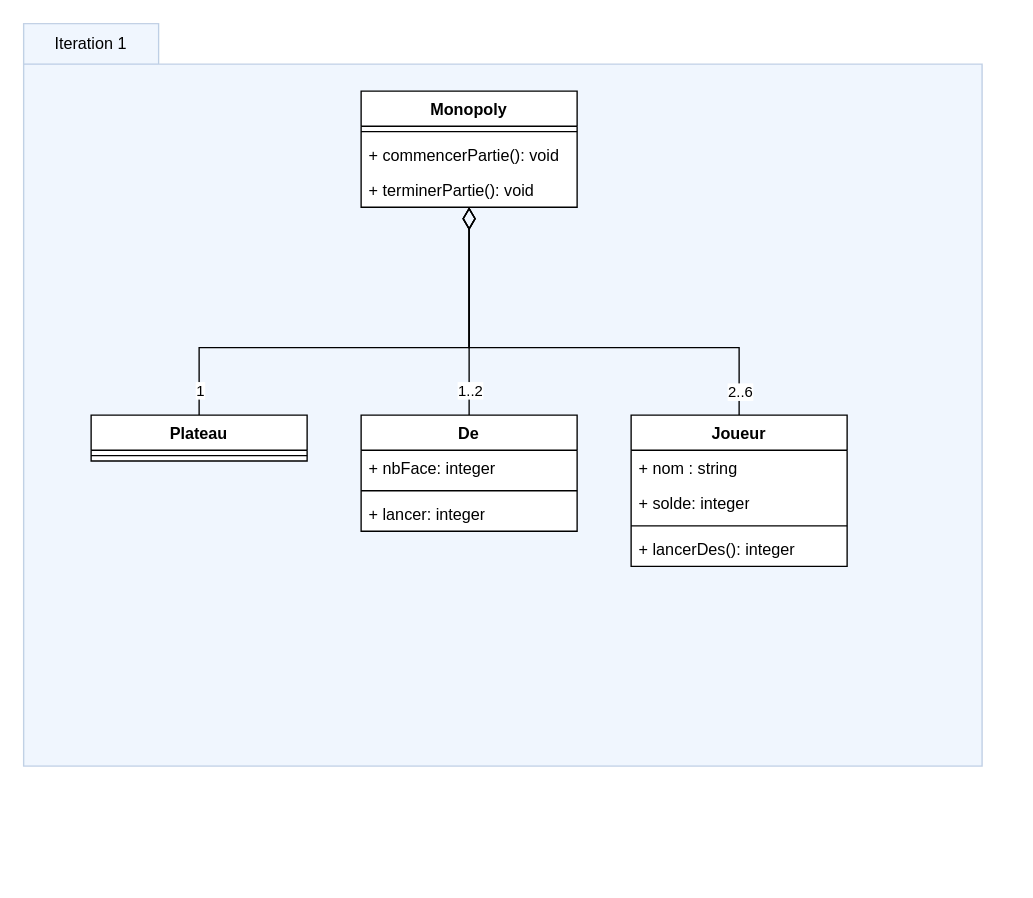
Above: assets/brainstorm-monopoly.drawio in gmed2b/L3SINF-java-monopoly (draw.io), before the change. Source tidied: cells renumbered, new cells numbered last; positions are measured from the earlier drawing's top-left corner, leaving out a move shared by most shapes. Both pictures are drawn from the tidied source at 135%, with x=0, y=0 at pixel (23, 23).
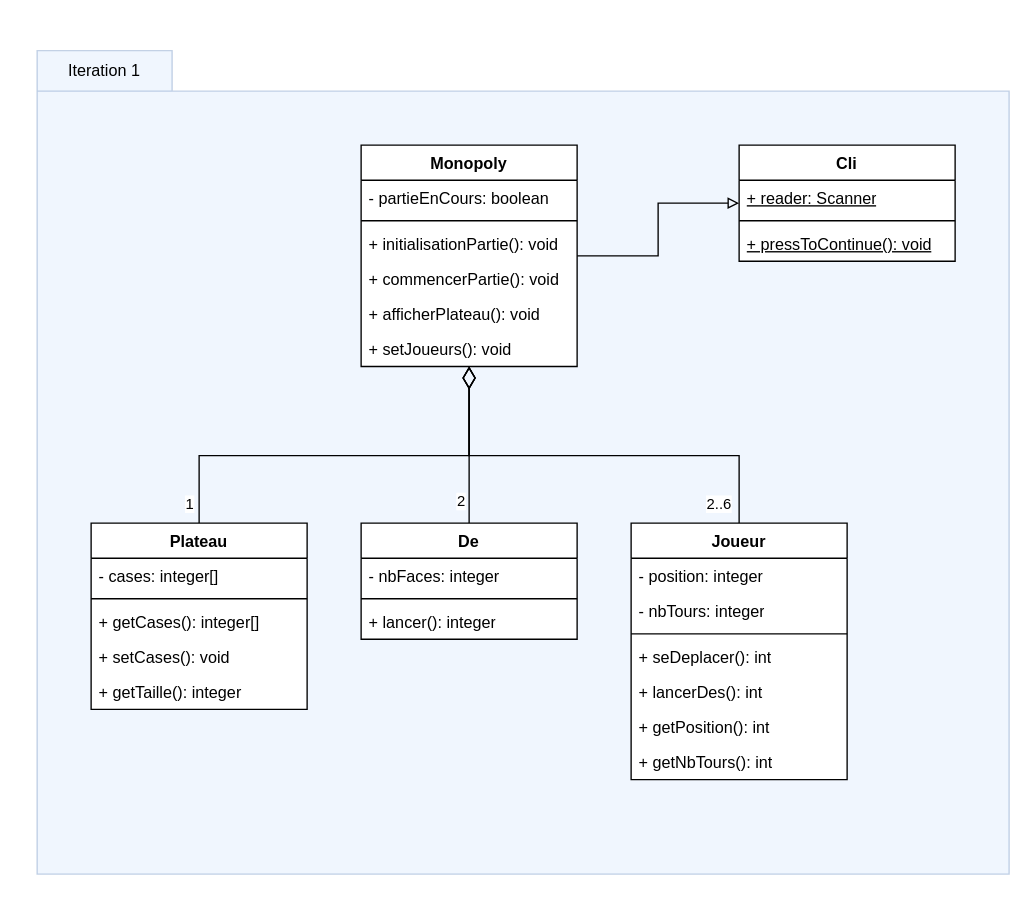
After the change.

Commit message (it also covers changes not shown here):
diagramme de classe

The change refers to these unchanged cells:
```xml
<mxCell id="7" style="edgeStyle=orthogonalEdgeStyle;rounded=0;jettySize=auto;html=1;endArrow=diamondThin;endFill=0;endSize=14;" parent="1" edge="1" source="9" target="3">
  <mxGeometry relative="1" as="geometry" />
</mxCell>
```

Change to the diagram source:
```diff
@@
     <mxCell id="2" style="shape=folder;fontStyle=1;spacingTop=10;tabWidth=100;tabHeight=30;tabPosition=left;html=1;whiteSpace=wrap;fillColor=#dae8fc;strokeColor=#6c8ebf;opacity=40;" parent="1" vertex="1">
-      <mxGeometry width="710" height="550" as="geometry" />
+      <mxGeometry x="10" y="20" width="720" height="610" as="geometry" />
     </mxCell>
+    <mxCell id="25" style="edgeStyle=orthogonalEdgeStyle;rounded=0;jettySize=auto;html=1;endArrow=block;endFill=0;" parent="1" edge="1" source="3" target="36">
+      <mxGeometry relative="1" as="geometry" />
+    </mxCell>
     <mxCell id="3" value="Monopoly" style="swimlane;fontStyle=1;align=center;verticalAlign=top;horizontal=1;startSize=26;whiteSpace=wrap;html=1;swimlaneFillColor=default;" parent="1" vertex="1">
-      <mxGeometry x="250" y="50" width="160" height="86" as="geometry" />
+      <mxGeometry x="250" y="90" width="160" height="164" as="geometry" />
     </mxCell>
+    <mxCell id="26" value="- partieEnCours: boolean" style="text;strokeColor=none;fillColor=none;align=left;verticalAlign=top;spacingLeft=4;spacingRight=4;overflow=hidden;whiteSpace=wrap;html=1;" parent="3" vertex="1">
+      <mxGeometry y="26" width="160" height="26" as="geometry" />
+    </mxCell>
     <mxCell id="4" style="line;strokeWidth=1;fillColor=none;align=left;verticalAlign=middle;spacingTop=-1;spacingLeft=3;spacingRight=3;labelPosition=right;strokeColor=inherit;" parent="3" vertex="1">
-      <mxGeometry y="26" width="160" height="8" as="geometry" />
+      <mxGeometry y="52" width="160" height="8" as="geometry" />
     </mxCell>
-    <mxCell id="5" value="+ commencerPartie(): void" style="text;strokeColor=none;fillColor=none;align=left;verticalAlign=top;spacingLeft=4;spacingRight=4;overflow=hidden;whiteSpace=wrap;html=1;" parent="3" vertex="1">
-      <mxGeometry y="34" width="160" height="26" as="geometry" />
+    <mxCell id="5" value="+ initialisationPartie(): void" style="text;strokeColor=none;fillColor=none;align=left;verticalAlign=top;spacingLeft=4;spacingRight=4;overflow=hidden;whiteSpace=wrap;html=1;" parent="3" vertex="1">
+      <mxGeometry y="60" width="160" height="26" as="geometry" />
     </mxCell>
+    <mxCell id="27" value="+ commencerPartie(): void" style="text;strokeColor=none;fillColor=none;align=left;verticalAlign=top;spacingLeft=4;spacingRight=4;overflow=hidden;whiteSpace=wrap;html=1;" parent="3" vertex="1">
+      <mxGeometry y="86" width="160" height="26" as="geometry" />
+    </mxCell>
+    <mxCell id="28" value="+ afficherPlateau(): void" style="text;strokeColor=none;fillColor=none;align=left;verticalAlign=top;spacingLeft=4;spacingRight=4;overflow=hidden;whiteSpace=wrap;html=1;" parent="3" vertex="1">
+      <mxGeometry y="112" width="160" height="26" as="geometry" />
+    </mxCell>
-    <mxCell id="6" value="+ terminerPartie(): void" style="text;strokeColor=none;fillColor=none;align=left;verticalAlign=top;spacingLeft=4;spacingRight=4;overflow=hidden;whiteSpace=wrap;html=1;" parent="3" vertex="1">
-      <mxGeometry y="60" width="160" height="26" as="geometry" />
+    <mxCell id="6" value="+ setJoueurs(): void" style="text;strokeColor=none;fillColor=none;align=left;verticalAlign=top;spacingLeft=4;spacingRight=4;overflow=hidden;whiteSpace=wrap;html=1;" parent="3" vertex="1">
+      <mxGeometry y="138" width="160" height="26" as="geometry" />
     </mxCell>
@@
-    <mxCell id="8" value="1..2" style="edgeLabel;html=1;align=center;verticalAlign=middle;" parent="7" vertex="1">
-      <mxGeometry x="-0.75" relative="1" as="geometry" />
+    <mxCell id="8" value="2" style="edgeLabel;html=1;align=center;verticalAlign=middle;" parent="7" vertex="1">
+      <mxGeometry x="-0.75" relative="1" as="geometry">
+        <mxPoint x="-7" y="-2" as="offset" />
+      </mxGeometry>
     </mxCell>
     <mxCell id="9" value="De" style="swimlane;fontStyle=1;align=center;verticalAlign=top;horizontal=1;startSize=26;whiteSpace=wrap;html=1;fillColor=default;rounded=0;shadow=0;glass=0;swimlaneLine=1;gradientColor=none;swimlaneFillColor=default;" parent="1" vertex="1">
-      <mxGeometry x="250" y="290" width="160" height="86" as="geometry" />
+      <mxGeometry x="250" y="370" width="160" height="86" as="geometry" />
     </mxCell>
-    <mxCell id="10" value="+ nbFace: integer" style="text;align=left;verticalAlign=top;spacingLeft=4;spacingRight=4;overflow=hidden;whiteSpace=wrap;html=1;" parent="9" vertex="1">
+    <mxCell id="10" value="- nbFaces: integer" style="text;align=left;verticalAlign=top;spacingLeft=4;spacingRight=4;overflow=hidden;whiteSpace=wrap;html=1;" parent="9" vertex="1">
       <mxGeometry y="26" width="160" height="26" as="geometry" />
     </mxCell>
@@
-    <mxCell id="12" value="+ lancer: integer" style="text;align=left;verticalAlign=top;spacingLeft=4;spacingRight=4;overflow=hidden;whiteSpace=wrap;html=1;" parent="9" vertex="1">
+    <mxCell id="12" value="+ lancer(): integer" style="text;align=left;verticalAlign=top;spacingLeft=4;spacingRight=4;overflow=hidden;whiteSpace=wrap;html=1;" parent="9" vertex="1">
       <mxGeometry y="60" width="160" height="26" as="geometry" />
     </mxCell>
     <mxCell id="13" style="edgeStyle=orthogonalEdgeStyle;rounded=0;jettySize=auto;html=1;endArrow=diamondThin;endFill=0;endSize=14;" parent="1" edge="1" source="15" target="3">
       <mxGeometry relative="1" as="geometry">
         <Array as="points">
-          <mxPoint x="130" y="240" />
-          <mxPoint x="330" y="240" />
+          <mxPoint x="130" y="320" />
+          <mxPoint x="330" y="320" />
         </Array>
       </mxGeometry>
     </mxCell>
     <mxCell id="14" value="1" style="edgeLabel;html=1;align=center;verticalAlign=middle;" parent="13" vertex="1">
-      <mxGeometry x="-0.89" relative="1" as="geometry" />
+      <mxGeometry x="-0.89" relative="1" as="geometry">
+        <mxPoint x="-8" y="2" as="offset" />
+      </mxGeometry>
     </mxCell>
     <mxCell id="15" value="Plateau" style="swimlane;fontStyle=1;align=center;verticalAlign=top;horizontal=1;startSize=26;whiteSpace=wrap;html=1;swimlaneFillColor=default;" parent="1" vertex="1">
-      <mxGeometry x="50" y="290" width="160" height="34" as="geometry" />
+      <mxGeometry x="50" y="370" width="160" height="138" as="geometry" />
     </mxCell>
+    <mxCell id="29" value="- cases: integer[]" style="text;strokeColor=none;fillColor=none;align=left;verticalAlign=top;spacingLeft=4;spacingRight=4;overflow=hidden;whiteSpace=wrap;html=1;" parent="15" vertex="1">
+      <mxGeometry y="26" width="160" height="26" as="geometry" />
+    </mxCell>
     <mxCell id="16" style="line;strokeWidth=1;fillColor=none;align=left;verticalAlign=middle;spacingTop=-1;spacingLeft=3;spacingRight=3;labelPosition=right;strokeColor=inherit;" parent="15" vertex="1">
-      <mxGeometry y="26" width="160" height="8" as="geometry" />
+      <mxGeometry y="52" width="160" height="8" as="geometry" />
     </mxCell>
+    <mxCell id="30" value="+ getCases(): integer[]" style="text;strokeColor=none;fillColor=none;align=left;verticalAlign=top;spacingLeft=4;spacingRight=4;overflow=hidden;whiteSpace=wrap;html=1;" parent="15" vertex="1">
+      <mxGeometry y="60" width="160" height="26" as="geometry" />
+    </mxCell>
+    <mxCell id="31" value="+ setCases(): void" style="text;strokeColor=none;fillColor=none;align=left;verticalAlign=top;spacingLeft=4;spacingRight=4;overflow=hidden;whiteSpace=wrap;html=1;" parent="15" vertex="1">
+      <mxGeometry y="86" width="160" height="26" as="geometry" />
+    </mxCell>
+    <mxCell id="32" value="+ getTaille(): integer" style="text;strokeColor=none;fillColor=none;align=left;verticalAlign=top;spacingLeft=4;spacingRight=4;overflow=hidden;whiteSpace=wrap;html=1;" parent="15" vertex="1">
+      <mxGeometry y="112" width="160" height="26" as="geometry" />
+    </mxCell>
     <mxCell id="17" style="edgeStyle=orthogonalEdgeStyle;rounded=0;jettySize=auto;html=1;endArrow=diamondThin;endFill=0;endSize=14;" parent="1" edge="1" source="19" target="3">
       <mxGeometry relative="1" as="geometry">
         <Array as="points">
-          <mxPoint x="530" y="240" />
-          <mxPoint x="330" y="240" />
+          <mxPoint x="530" y="320" />
+          <mxPoint x="330" y="320" />
         </Array>
       </mxGeometry>
     </mxCell>
     <mxCell id="18" value="2..6" style="edgeLabel;html=1;align=center;verticalAlign=middle;" parent="17" vertex="1">
-      <mxGeometry x="-0.9" relative="1" as="geometry" />
+      <mxGeometry x="-0.9" relative="1" as="geometry">
+        <mxPoint x="-16" y="1" as="offset" />
+      </mxGeometry>
     </mxCell>
     <mxCell id="19" value="Joueur" style="swimlane;fontStyle=1;align=center;verticalAlign=top;horizontal=1;startSize=26;whiteSpace=wrap;html=1;swimlaneFillColor=default;" parent="1" vertex="1">
-      <mxGeometry x="450" y="290" width="160" height="112" as="geometry" />
+      <mxGeometry x="450" y="370" width="160" height="190" as="geometry" />
     </mxCell>
-    <mxCell id="20" value="+ nom : string" style="text;strokeColor=none;fillColor=none;align=left;verticalAlign=top;spacingLeft=4;spacingRight=4;overflow=hidden;whiteSpace=wrap;html=1;" parent="19" vertex="1">
+    <mxCell id="20" value="- position: integer" style="text;strokeColor=none;fillColor=none;align=left;verticalAlign=top;spacingLeft=4;spacingRight=4;overflow=hidden;whiteSpace=wrap;html=1;" parent="19" vertex="1">
       <mxGeometry y="26" width="160" height="26" as="geometry" />
     </mxCell>
-    <mxCell id="21" value="+ solde: integer" style="text;strokeColor=none;fillColor=none;align=left;verticalAlign=top;spacingLeft=4;spacingRight=4;overflow=hidden;whiteSpace=wrap;html=1;" parent="19" vertex="1">
+    <mxCell id="21" value="- nbTours: integer" style="text;strokeColor=none;fillColor=none;align=left;verticalAlign=top;spacingLeft=4;spacingRight=4;overflow=hidden;whiteSpace=wrap;html=1;" parent="19" vertex="1">
       <mxGeometry y="52" width="160" height="26" as="geometry" />
     </mxCell>
@@
-    <mxCell id="23" value="+ lancerDes(): integer" style="text;strokeColor=none;fillColor=none;align=left;verticalAlign=top;spacingLeft=4;spacingRight=4;overflow=hidden;whiteSpace=wrap;html=1;" parent="19" vertex="1">
+    <mxCell id="23" value="+ seDeplacer(): int" style="text;strokeColor=none;fillColor=none;align=left;verticalAlign=top;spacingLeft=4;spacingRight=4;overflow=hidden;whiteSpace=wrap;html=1;" parent="19" vertex="1">
       <mxGeometry y="86" width="160" height="26" as="geometry" />
     </mxCell>
+    <mxCell id="33" value="+ lancerDes(): int" style="text;strokeColor=none;fillColor=none;align=left;verticalAlign=top;spacingLeft=4;spacingRight=4;overflow=hidden;whiteSpace=wrap;html=1;" parent="19" vertex="1">
+      <mxGeometry y="112" width="160" height="26" as="geometry" />
+    </mxCell>
+    <mxCell id="34" value="+ getPosition(): int" style="text;strokeColor=none;fillColor=none;align=left;verticalAlign=top;spacingLeft=4;spacingRight=4;overflow=hidden;whiteSpace=wrap;html=1;" parent="19" vertex="1">
+      <mxGeometry y="138" width="160" height="26" as="geometry" />
+    </mxCell>
+    <mxCell id="35" value="+ getNbTours(): int" style="text;strokeColor=none;fillColor=none;align=left;verticalAlign=top;spacingLeft=4;spacingRight=4;overflow=hidden;whiteSpace=wrap;html=1;" parent="19" vertex="1">
+      <mxGeometry y="164" width="160" height="26" as="geometry" />
+    </mxCell>
     <mxCell id="24" value="Iteration 1" style="text;html=1;strokeColor=none;fillColor=none;align=center;verticalAlign=middle;whiteSpace=wrap;rounded=0;" parent="1" vertex="1">
-      <mxGeometry x="20" width="60" height="30" as="geometry" />
+      <mxGeometry x="30" y="20" width="60" height="30" as="geometry" />
     </mxCell>
+    <mxCell id="36" value="Cli" style="swimlane;fontStyle=1;align=center;verticalAlign=top;horizontal=1;startSize=26;whiteSpace=wrap;html=1;fillColor=default;rounded=0;shadow=0;glass=0;swimlaneLine=1;gradientColor=none;swimlaneFillColor=default;" parent="1" vertex="1">
+      <mxGeometry x="530" y="90" width="160" height="86" as="geometry" />
+    </mxCell>
+    <mxCell id="37" value="&lt;u&gt;+ reader: Scanner&lt;/u&gt;" style="text;align=left;verticalAlign=top;spacingLeft=4;spacingRight=4;overflow=hidden;whiteSpace=wrap;html=1;" parent="36" vertex="1">
+      <mxGeometry y="26" width="160" height="26" as="geometry" />
+    </mxCell>
+    <mxCell id="38" style="line;strokeWidth=1;fillColor=none;align=left;verticalAlign=middle;spacingTop=-1;spacingLeft=3;spacingRight=3;labelPosition=right;strokeColor=inherit;" parent="36" vertex="1">
+      <mxGeometry y="52" width="160" height="8" as="geometry" />
+    </mxCell>
+    <mxCell id="39" value="&lt;u&gt;+ pressToContinue(): void&lt;br&gt;&lt;/u&gt;" style="text;align=left;verticalAlign=top;spacingLeft=4;spacingRight=4;overflow=hidden;whiteSpace=wrap;html=1;" parent="36" vertex="1">
+      <mxGeometry y="60" width="160" height="26" as="geometry" />
+    </mxCell>
```
